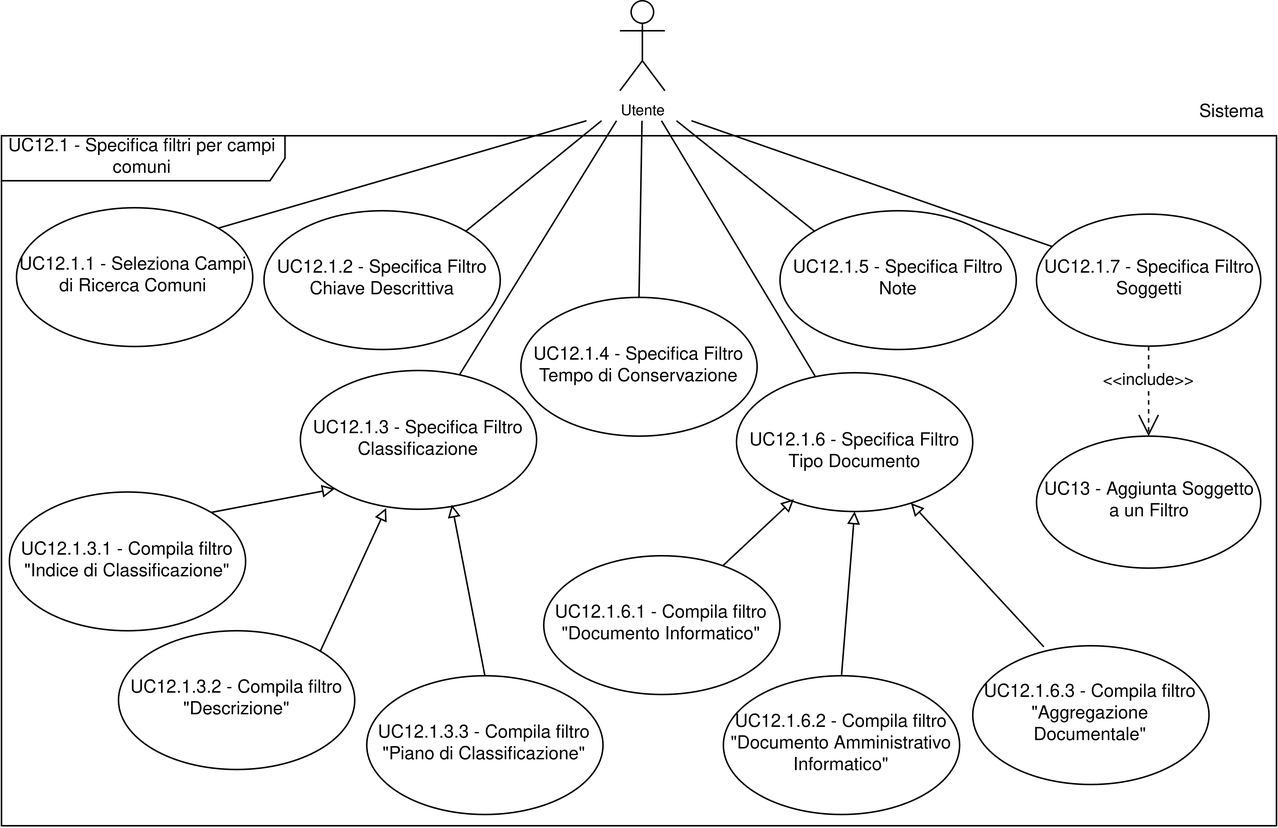
This is assets/uml/UC12.1INC.png from 7-ZPUs/Docs, a draw.io export, as it was before one commit. Source tidied: cells renumbered, new cells last; positions are measured from the earlier drawing's top-left corner, leaving out a move shared by most shapes.
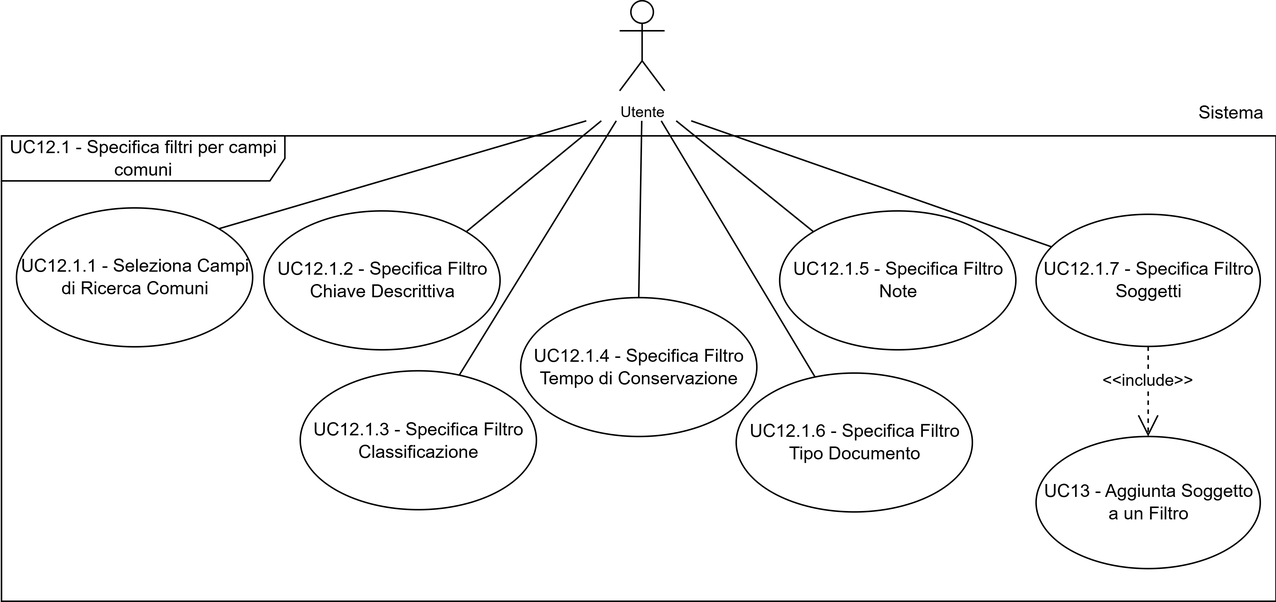
The same diagram one commit later.

The edit, as a diff of the source:
```diff
@@ -6,7 +6,7 @@
       <mxGeometry x="411.8" width="30" height="60" as="geometry" />
     </mxCell>
     <mxCell id="3" value="UC12.1 - Specifica filtri per campi comuni" style="shape=umlFrame;whiteSpace=wrap;html=1;width=189;height=30;" parent="1" vertex="1">
-      <mxGeometry x="-0.5" y="90" width="850" height="460" as="geometry" />
+      <mxGeometry x="-0.5" y="90" width="850" height="310" as="geometry" />
     </mxCell>
     <mxCell id="4" style="rounded=0;jettySize=auto;html=1;entryX=1;entryY=0;entryDx=0;entryDy=0;strokeColor=default;endArrow=none;endFill=0;" parent="1" edge="1" target="9">
       <mxGeometry relative="1" as="geometry">
@@ -42,7 +42,7 @@
     <mxCell id="11" value="UC12.1.4 - Specifica Filtro Tempo di Conservazione" style="ellipse;whiteSpace=wrap;html=1;" parent="1" vertex="1">
       <mxGeometry x="345.8" y="197.8" width="157.5" height="92.5" as="geometry" />
     </mxCell>
-    <mxCell id="12" value="&lt;br&gt;UC12.1.6 - Specifica Filtro Tipo Documento" style="ellipse;whiteSpace=wrap;html=1;" parent="1" vertex="1">
+    <mxCell id="12" value="UC12.1.6 - Specifica Filtro Tipo Documento" style="ellipse;whiteSpace=wrap;html=1;" parent="1" vertex="1">
       <mxGeometry x="489.5" y="248" width="157.5" height="92.5" as="geometry" />
     </mxCell>
     <mxCell id="13" value="UC12.1.5 - Specifica Filtro Note" style="ellipse;whiteSpace=wrap;html=1;" parent="1" vertex="1">
@@ -73,41 +73,5 @@
     <mxCell id="20" value="&amp;lt;&amp;lt;include&amp;gt;&amp;gt;" style="endArrow=open;endSize=12;dashed=1;html=1;rounded=0;" parent="1" edge="1" source="18" target="19">
       <mxGeometry x="-0.23" relative="1" as="geometry" />
     </mxCell>
-    <mxCell id="21" value="UC12.1.3.1 - Compila filtro &quot;Indice di Classificazione&quot;" style="ellipse;whiteSpace=wrap;html=1;" parent="1" vertex="1">
-      <mxGeometry x="4.8" y="327.5" width="157.5" height="92.5" as="geometry" />
-    </mxCell>
-    <mxCell id="22" value="UC12.1.3.2 - Compila filtro &quot;Descrizione&quot;" style="ellipse;whiteSpace=wrap;html=1;" parent="1" vertex="1">
-      <mxGeometry x="77.5" y="420" width="157.5" height="92.5" as="geometry" />
-    </mxCell>
-    <mxCell id="23" value="UC12.1.3.3 - Compila filtro &quot;Piano di Classificazione&quot;" style="ellipse;whiteSpace=wrap;html=1;" parent="1" vertex="1">
-      <mxGeometry x="243" y="450" width="157.5" height="92.5" as="geometry" />
-    </mxCell>
-    <mxCell id="24" style="endArrow=block;html=1;rounded=0;exitX=1;exitY=0;exitDx=0;exitDy=0;entryX=0;entryY=1;entryDx=0;entryDy=0;endFill=0;" parent="1" edge="1" source="21" target="16">
-      <mxGeometry relative="1" as="geometry" />
-    </mxCell>
-    <mxCell id="25" style="endArrow=block;html=1;rounded=0;exitX=1;exitY=0;exitDx=0;exitDy=0;entryX=0.363;entryY=0.991;entryDx=0;entryDy=0;entryPerimeter=0;endFill=0;" parent="1" edge="1" source="22" target="16">
-      <mxGeometry relative="1" as="geometry" />
-    </mxCell>
-    <mxCell id="26" style="endArrow=block;html=1;rounded=0;exitX=0.5;exitY=0;exitDx=0;exitDy=0;entryX=0.641;entryY=0.967;entryDx=0;entryDy=0;entryPerimeter=0;endFill=0;" parent="1" edge="1" source="23" target="16">
-      <mxGeometry relative="1" as="geometry" />
-    </mxCell>
-    <mxCell id="27" value="UC12.1.6.1 - Compila filtro &quot;Documento Informatico&quot;" style="ellipse;whiteSpace=wrap;html=1;" parent="1" vertex="1">
-      <mxGeometry x="361" y="370" width="157.5" height="92.5" as="geometry" />
-    </mxCell>
-    <mxCell id="28" value="UC12.1.6.2 - Compila filtro &quot;Documento Amministrativo Informatico&quot;" style="ellipse;whiteSpace=wrap;html=1;" parent="1" vertex="1">
-      <mxGeometry x="480.8" y="450" width="157.5" height="92.5" as="geometry" />
-    </mxCell>
-    <mxCell id="29" value="UC12.1.6.3 - Compila filtro &quot;Aggregazione Documentale&quot;" style="ellipse;whiteSpace=wrap;html=1;" parent="1" vertex="1">
-      <mxGeometry x="647" y="430" width="157.5" height="92.5" as="geometry" />
-    </mxCell>
-    <mxCell id="30" style="endArrow=block;html=1;rounded=0;exitX=0.301;exitY=0.008;exitDx=0;exitDy=0;endFill=0;exitPerimeter=0;" parent="1" edge="1" source="29" target="12">
-      <mxGeometry relative="1" as="geometry" />
-    </mxCell>
-    <mxCell id="31" style="endArrow=block;html=1;rounded=0;exitX=0.5;exitY=0;exitDx=0;exitDy=0;entryX=0.5;entryY=1;entryDx=0;entryDy=0;endFill=0;" parent="1" edge="1" source="28" target="12">
-      <mxGeometry relative="1" as="geometry" />
-    </mxCell>
-    <mxCell id="32" style="endArrow=block;html=1;rounded=0;exitX=0.758;exitY=0.072;exitDx=0;exitDy=0;entryX=0.243;entryY=0.911;entryDx=0;entryDy=0;entryPerimeter=0;endFill=0;exitPerimeter=0;" parent="1" edge="1" source="27" target="12">
-      <mxGeometry relative="1" as="geometry" />
-    </mxCell>
   </root>
 </mxGraphModel>
```
